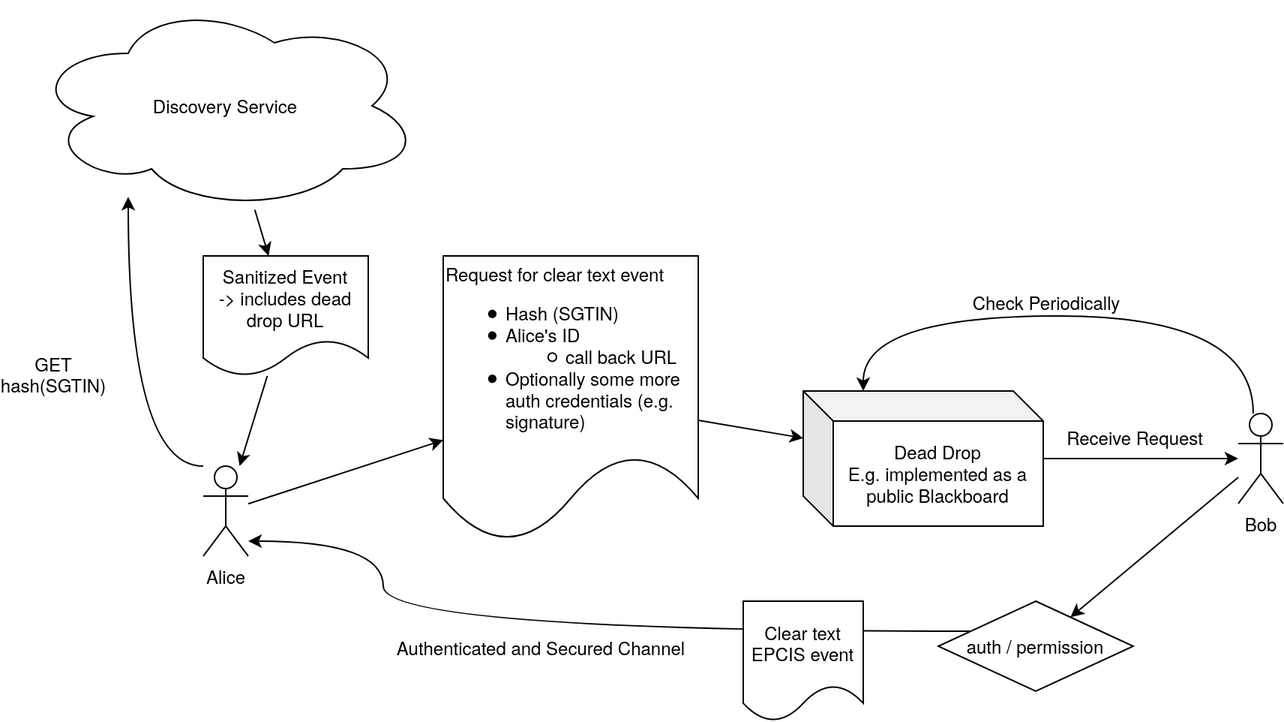
Earlier version of the draw.io export Dead-Drop-for-epcis-data-requests.png (european-epc-competence-center/epcis-sanitisation). Source tidied: cells renumbered, new cells last; positions are measured from the earlier drawing's top-left corner, leaving out a move shared by most shapes.
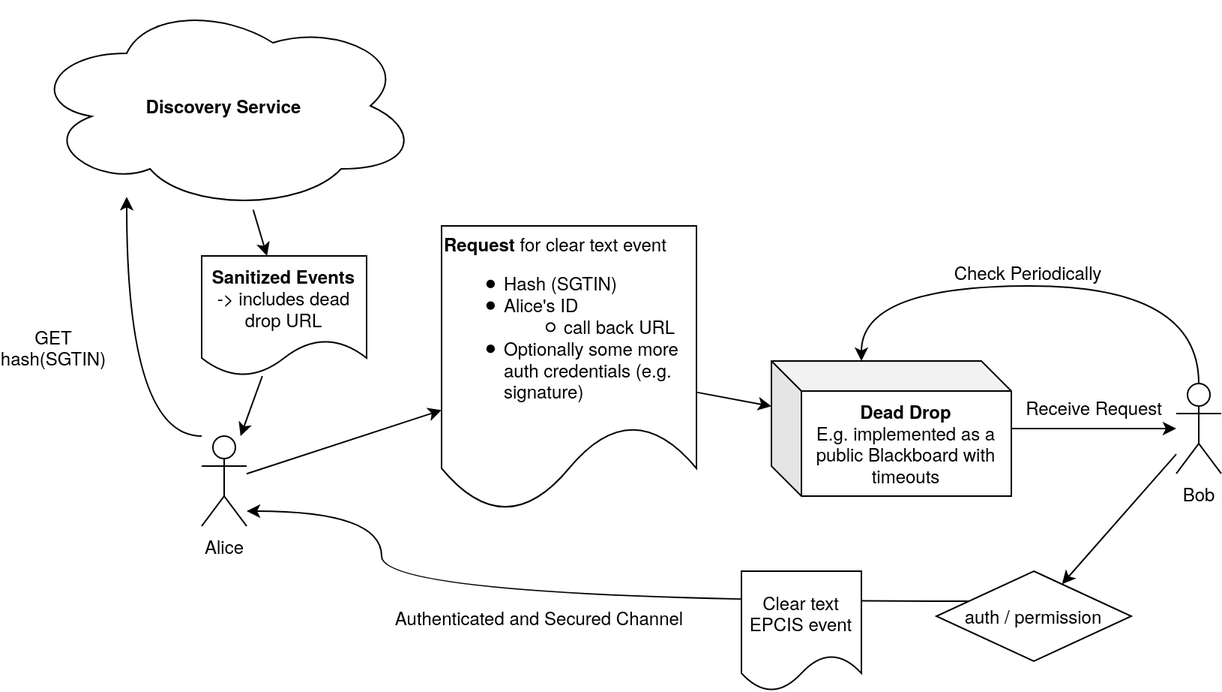
The same diagram one commit later.

Commit message:
text formatting in picture

The edit, as a diff of the source:
```diff
@@ -10,8 +10,8 @@
         <mxPoint x="20" y="-14" as="offset" />
       </mxGeometry>
     </mxCell>
-    <mxCell id="4" value="Dead Drop&lt;br&gt;E.g. implemented as a public Blackboard" style="shape=cube;whiteSpace=wrap;html=1;boundedLbl=1;backgroundOutline=1;darkOpacity=0.05;darkOpacity2=0.1;" parent="1" vertex="1">
-      <mxGeometry x="515" y="260" width="160" height="90" as="geometry" />
+    <mxCell id="4" value="&lt;b&gt;Dead Drop&lt;/b&gt;&lt;br&gt;E.g. implemented as a public Blackboard with timeouts" style="shape=cube;whiteSpace=wrap;html=1;boundedLbl=1;backgroundOutline=1;darkOpacity=0.05;darkOpacity2=0.1;" parent="1" vertex="1">
+      <mxGeometry x="495" y="260" width="160" height="90" as="geometry" />
     </mxCell>
     <mxCell id="5" style="rounded=0;jettySize=auto;html=1;" parent="1" edge="1" source="8" target="13">
       <mxGeometry relative="1" as="geometry" />
@@ -34,8 +34,8 @@
     <mxCell id="9" style="rounded=0;jettySize=auto;html=1;" parent="1" edge="1" source="10" target="8">
       <mxGeometry relative="1" as="geometry" />
     </mxCell>
-    <mxCell id="10" value="Sanitized Event&lt;br&gt;-&amp;gt; includes dead drop URL" style="shape=document;whiteSpace=wrap;html=1;boundedLbl=1;fillColor=none;" parent="1" vertex="1">
-      <mxGeometry x="115" y="170" width="110" height="80" as="geometry" />
+    <mxCell id="10" value="&lt;b&gt;Sanitized Events&lt;/b&gt;&lt;br&gt;-&amp;gt; includes dead drop URL" style="shape=document;whiteSpace=wrap;html=1;boundedLbl=1;fillColor=none;" parent="1" vertex="1">
+      <mxGeometry x="115" y="190" width="110" height="80" as="geometry" />
     </mxCell>
     <mxCell id="11" style="edgeStyle=none;rounded=0;jettySize=auto;html=1;" parent="1" edge="1" source="22" target="10">
       <mxGeometry relative="1" as="geometry" />
@@ -43,13 +43,13 @@
     <mxCell id="12" style="edgeStyle=none;rounded=0;jettySize=auto;html=1;" parent="1" edge="1" source="13" target="4">
       <mxGeometry relative="1" as="geometry" />
     </mxCell>
-    <mxCell id="13" value="&lt;div align=&quot;left&quot;&gt;Request for clear text event &lt;br&gt;&lt;/div&gt;&lt;div align=&quot;left&quot;&gt;&lt;ul&gt;&lt;li&gt;Hash (SGTIN)&lt;br&gt;&lt;/li&gt;&lt;li&gt;&lt;div&gt;Alice's ID&lt;/div&gt;&lt;/li&gt;&lt;ul&gt;&lt;li&gt;&lt;div&gt;call back URL&lt;/div&gt;&lt;/li&gt;&lt;/ul&gt;&lt;li&gt;Optionally some more auth credentials (e.g. signature)&lt;br&gt;&lt;/li&gt;&lt;/ul&gt;&lt;/div&gt;" style="shape=document;whiteSpace=wrap;html=1;boundedLbl=1;fillColor=none;align=left;" parent="1" vertex="1">
+    <mxCell id="13" value="&lt;div align=&quot;left&quot;&gt;&lt;b&gt;Request&lt;/b&gt; for clear text event &lt;br&gt;&lt;/div&gt;&lt;div align=&quot;left&quot;&gt;&lt;ul&gt;&lt;li&gt;Hash (SGTIN)&lt;br&gt;&lt;/li&gt;&lt;li&gt;&lt;div&gt;Alice's ID&lt;/div&gt;&lt;/li&gt;&lt;ul&gt;&lt;li&gt;&lt;div&gt;call back URL&lt;/div&gt;&lt;/li&gt;&lt;/ul&gt;&lt;li&gt;Optionally some more auth credentials (e.g. signature)&lt;br&gt;&lt;/li&gt;&lt;/ul&gt;&lt;/div&gt;" style="shape=document;whiteSpace=wrap;html=1;boundedLbl=1;fillColor=none;align=left;" parent="1" vertex="1">
       <mxGeometry x="275" y="170" width="170" height="190" as="geometry" />
     </mxCell>
     <mxCell id="14" style="edgeStyle=orthogonalEdgeStyle;rounded=0;jettySize=auto;html=1;curved=1;" parent="1" edge="1" source="19" target="4">
       <mxGeometry relative="1" as="geometry">
         <Array as="points">
-          <mxPoint x="815" y="210" />
+          <mxPoint x="780" y="210" />
           <mxPoint x="555" y="210" />
         </Array>
       </mxGeometry>
@@ -76,7 +76,7 @@
       </mxGeometry>
     </mxCell>
     <mxCell id="19" value="Bob" style="shape=umlActor;verticalLabelPosition=bottom;labelBackgroundColor=#ffffff;verticalAlign=top;html=1;outlineConnect=0;fillColor=none;" parent="1" vertex="1">
-      <mxGeometry x="805" y="275" width="30" height="60" as="geometry" />
+      <mxGeometry x="765" y="275" width="30" height="60" as="geometry" />
     </mxCell>
     <mxCell id="20" value="auth / permission" style="rhombus;whiteSpace=wrap;html=1;fillColor=none;" parent="1" vertex="1">
       <mxGeometry x="605" y="400" width="130" height="60" as="geometry" />
@@ -84,8 +84,8 @@
     <mxCell id="21" value="Clear text EPCIS event" style="shape=document;whiteSpace=wrap;html=1;boundedLbl=1;fillColor=#ffffff;" parent="1" vertex="1">
       <mxGeometry x="475" y="400" width="80" height="80" as="geometry" />
     </mxCell>
-    <mxCell id="22" value="Discovery Service" style="ellipse;shape=cloud;whiteSpace=wrap;html=1;" parent="1" vertex="1">
-      <mxGeometry width="260" height="140" as="geometry" />
+    <mxCell id="22" value="&lt;b&gt;Discovery Service&lt;/b&gt;" style="ellipse;shape=cloud;whiteSpace=wrap;html=1;" parent="1" vertex="1">
+      <mxGeometry y="20" width="260" height="140" as="geometry" />
     </mxCell>
   </root>
 </mxGraphModel>
```
